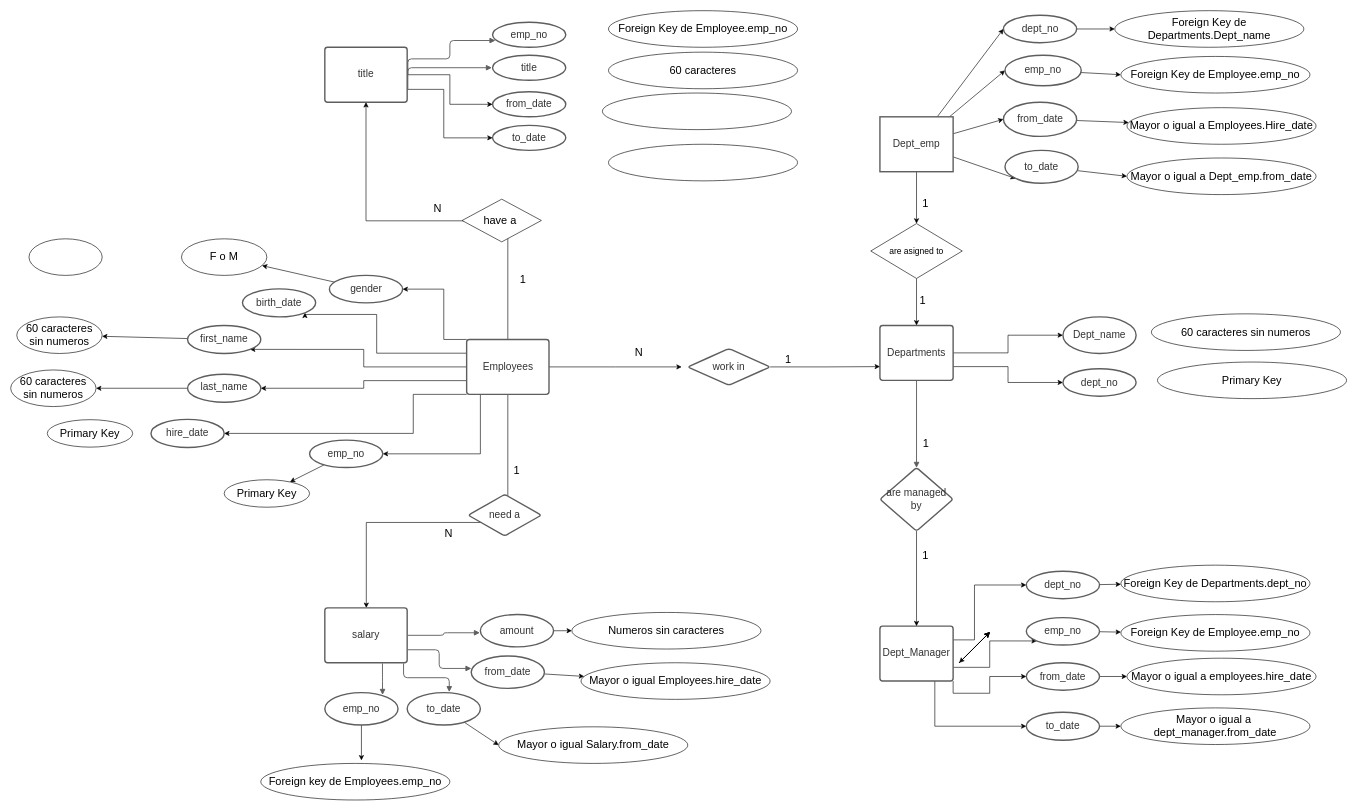
nalrob/Base-de-datos-relacionales keeps this draw.io diagram as TAREA 2.drawio. Above is the earlier version. Source tidied: cells renumbered, new cells numbered last; positions are measured from the earlier drawing's top-left corner, leaving out a move shared by most shapes. Both pictures are drawn from the tidied source at 61%, with x=0, y=0 at pixel (10, 10).
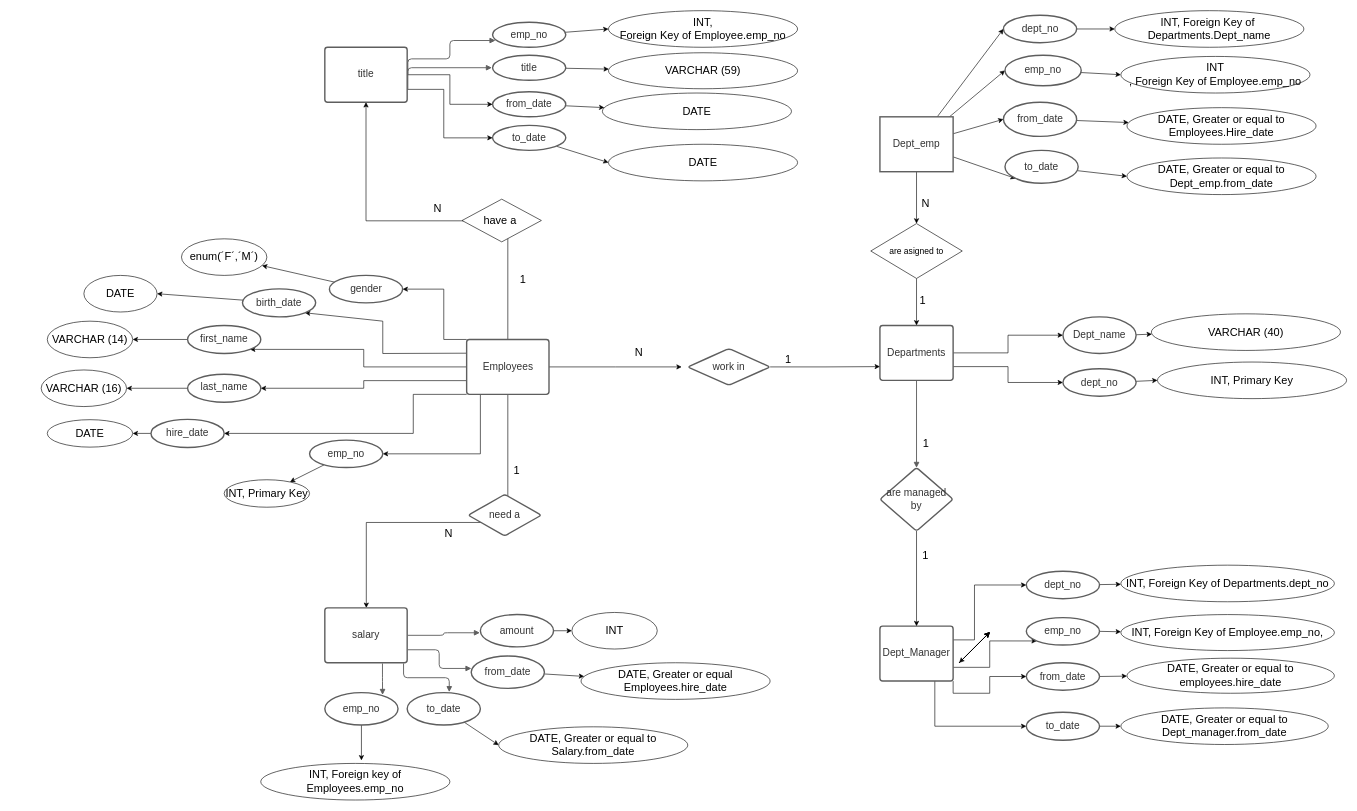
The same diagram, later.

Unchanged cells that the change refers to:
```xml
<mxCell id="11" value="Employees" style="html=1;overflow=block;blockSpacing=1;whiteSpace=wrap;fontSize=16.7;fontColor=#333333;align=center;spacing=3.8;strokeColor=#5e5e5e;strokeOpacity=100;rounded=1;absoluteArcSize=1;arcSize=9;strokeWidth=2.3;" parent="1" vertex="1">
  <mxGeometry x="747.5" y="539" width="135" height="90" as="geometry" />
</mxCell>
<mxCell id="22" value="dept_no" style="html=1;overflow=block;blockSpacing=1;whiteSpace=wrap;ellipse;fontSize=16.7;fontColor=#333333;align=center;spacing=3.8;strokeColor=#5e5e5e;strokeOpacity=100;rounded=1;absoluteArcSize=1;arcSize=9;strokeWidth=2.3;" parent="1" vertex="1">
  <mxGeometry x="1725" y="587" width="120" height="45" as="geometry" />
</mxCell>
<mxCell id="23" value="Dept_name" style="html=1;overflow=block;blockSpacing=1;whiteSpace=wrap;ellipse;fontSize=16.7;fontColor=#333333;align=center;spacing=3.8;strokeColor=#5e5e5e;strokeOpacity=100;rounded=1;absoluteArcSize=1;arcSize=9;strokeWidth=2.3;" parent="1" vertex="1">
  <mxGeometry x="1725" y="502" width="120" height="60" as="geometry" />
</mxCell>
<mxCell id="26" value="birth_date" style="html=1;overflow=block;blockSpacing=1;whiteSpace=wrap;ellipse;fontSize=16.7;fontColor=#333333;align=center;spacing=3.8;strokeColor=#5e5e5e;strokeOpacity=100;rounded=1;absoluteArcSize=1;arcSize=9;strokeWidth=2.3;" parent="1" vertex="1">
  <mxGeometry x="380" y="456" width="120" height="46" as="geometry" />
</mxCell>
<mxCell id="31" value="hire_date" style="html=1;overflow=block;blockSpacing=1;whiteSpace=wrap;ellipse;fontSize=16.7;fontColor=#333333;align=center;spacing=3.8;strokeColor=#5e5e5e;strokeOpacity=100;rounded=1;absoluteArcSize=1;arcSize=9;strokeWidth=2.3;" parent="1" vertex="1">
  <mxGeometry x="230" y="670" width="120" height="46" as="geometry" />
</mxCell>
<mxCell id="75" value="emp_no" style="html=1;overflow=block;blockSpacing=1;whiteSpace=wrap;ellipse;fontSize=16.7;fontColor=#333333;align=center;spacing=3.8;strokeColor=#5e5e5e;strokeOpacity=100;rounded=1;absoluteArcSize=1;arcSize=9;strokeWidth=2.3;" parent="1" vertex="1">
  <mxGeometry x="790" y="19" width="120" height="41" as="geometry" />
</mxCell>
<mxCell id="76" value="title" style="html=1;overflow=block;blockSpacing=1;whiteSpace=wrap;ellipse;fontSize=16.7;fontColor=#333333;align=center;spacing=3.8;strokeColor=#5e5e5e;strokeOpacity=100;rounded=1;absoluteArcSize=1;arcSize=9;strokeWidth=2.3;" parent="1" vertex="1">
  <mxGeometry x="790" y="73" width="120" height="41" as="geometry" />
</mxCell>
<mxCell id="78" value="from_date" style="html=1;overflow=block;blockSpacing=1;whiteSpace=wrap;ellipse;fontSize=16.7;fontColor=#333333;align=center;spacing=3.8;strokeColor=#5e5e5e;strokeOpacity=100;rounded=1;absoluteArcSize=1;arcSize=9;strokeWidth=2.3;" parent="1" vertex="1">
  <mxGeometry x="790" y="133" width="120" height="41" as="geometry" />
</mxCell>
<mxCell id="79" value="to_date" style="html=1;overflow=block;blockSpacing=1;whiteSpace=wrap;ellipse;fontSize=16.7;fontColor=#333333;align=center;spacing=3.8;strokeColor=#5e5e5e;strokeOpacity=100;rounded=1;absoluteArcSize=1;arcSize=9;strokeWidth=2.3;" parent="1" vertex="1">
  <mxGeometry x="790" y="188" width="120" height="41" as="geometry" />
</mxCell>
```

Diff of the diagram source:
```diff
@@
-    <mxCell id="8" style="edgeStyle=orthogonalEdgeStyle;rounded=0;jettySize=auto;html=1;exitX=0;exitY=0.25;exitDx=0;exitDy=0;entryX=1;entryY=1;entryDx=0;entryDy=0;" parent="1" edge="1" source="11" target="26">
-      <mxGeometry relative="1" as="geometry">
-        <Array as="points">
-          <mxPoint x="600" y="561" />
-          <mxPoint x="600" y="498" />
-          <mxPoint x="483" y="498" />
-        </Array>
-      </mxGeometry>
-    </mxCell>
@@
+    <mxCell id="8" style="edgeStyle=none;rounded=0;jettySize=auto;html=1;entryX=1;entryY=1;entryDx=0;entryDy=0;fontSize=18;exitX=0;exitY=0.25;exitDx=0;exitDy=0;" parent="1" edge="1" source="11" target="26">
+      <mxGeometry relative="1" as="geometry">
+        <Array as="points">
+          <mxPoint x="610" y="562" />
+          <mxPoint x="610" y="509" />
+        </Array>
+      </mxGeometry>
+    </mxCell>
@@
+    <mxCell id="126" style="edgeStyle=none;rounded=0;jettySize=auto;html=1;entryX=0;entryY=0.5;entryDx=0;entryDy=0;fontSize=18;" parent="1" edge="1" source="22" target="121">
+      <mxGeometry relative="1" as="geometry" />
+    </mxCell>
@@
+    <mxCell id="127" style="edgeStyle=none;rounded=0;jettySize=auto;html=1;fontSize=18;" parent="1" edge="1" source="23" target="122">
+      <mxGeometry relative="1" as="geometry" />
+    </mxCell>
@@
+    <mxCell id="128" style="edgeStyle=none;rounded=0;jettySize=auto;html=1;entryX=1;entryY=0.5;entryDx=0;entryDy=0;fontSize=18;" parent="1" edge="1" source="26" target="124">
+      <mxGeometry relative="1" as="geometry" />
+    </mxCell>
@@
+    <mxCell id="129" style="edgeStyle=none;rounded=0;jettySize=auto;html=1;entryX=1;entryY=0.5;entryDx=0;entryDy=0;fontSize=18;" parent="1" edge="1" source="31" target="100">
+      <mxGeometry relative="1" as="geometry" />
+    </mxCell>
@@
+    <mxCell id="130" style="edgeStyle=none;rounded=0;jettySize=auto;html=1;fontSize=18;entryX=0;entryY=0.5;entryDx=0;entryDy=0;" parent="1" edge="1" source="75" target="110">
+      <mxGeometry relative="1" as="geometry" />
+    </mxCell>
@@
+    <mxCell id="131" style="edgeStyle=none;rounded=0;jettySize=auto;html=1;fontSize=18;" parent="1" edge="1" source="76" target="123">
+      <mxGeometry relative="1" as="geometry" />
+    </mxCell>
@@
+    <mxCell id="132" style="edgeStyle=none;rounded=0;jettySize=auto;html=1;fontSize=18;" parent="1" edge="1" source="78" target="114">
+      <mxGeometry relative="1" as="geometry" />
+    </mxCell>
@@
+    <mxCell id="133" style="edgeStyle=none;rounded=0;jettySize=auto;html=1;entryX=0;entryY=0.5;entryDx=0;entryDy=0;fontSize=18;" parent="1" edge="1" source="79" target="125">
+      <mxGeometry relative="1" as="geometry" />
+    </mxCell>
@@
-    <mxCell id="89" value="&lt;span style=&quot;font-size: 18px;&quot;&gt;1&lt;/span&gt;" style="text;html=1;strokeColor=none;fillColor=none;align=center;verticalAlign=middle;whiteSpace=wrap;rounded=0;" parent="1" vertex="1">
+    <mxCell id="89" value="&lt;span style=&quot;font-size: 18px;&quot;&gt;N&lt;/span&gt;" style="text;html=1;strokeColor=none;fillColor=none;align=center;verticalAlign=middle;whiteSpace=wrap;rounded=0;" parent="1" vertex="1">
       <mxGeometry x="1470" y="301.5" width="60" height="30" as="geometry" />
     </mxCell>
@@
-    <mxCell id="97" value="60 caracteres&lt;br&gt;sin numeros" style="ellipse;whiteSpace=wrap;html=1;fontSize=18;" parent="1" vertex="1">
-      <mxGeometry y="589" width="140" height="60" as="geometry" />
+    <mxCell id="97" value="VARCHAR (16)" style="ellipse;whiteSpace=wrap;html=1;fontSize=18;" parent="1" vertex="1">
+      <mxGeometry x="50" y="589" width="140" height="60" as="geometry" />
     </mxCell>
-    <mxCell id="98" value="60 caracteres&lt;br&gt;sin numeros" style="ellipse;whiteSpace=wrap;html=1;fontSize=18;" parent="1" vertex="1">
-      <mxGeometry x="10" y="502" width="140" height="60" as="geometry" />
+    <mxCell id="98" value="VARCHAR (14)" style="ellipse;whiteSpace=wrap;html=1;fontSize=18;" parent="1" vertex="1">
+      <mxGeometry x="60" y="509" width="140" height="60" as="geometry" />
     </mxCell>
-    <mxCell id="99" value="Primary Key" style="ellipse;whiteSpace=wrap;html=1;fontSize=18;" parent="1" vertex="1">
+    <mxCell id="99" value="INT, Primary Key" style="ellipse;whiteSpace=wrap;html=1;fontSize=18;" parent="1" vertex="1">
       <mxGeometry x="350" y="769" width="140" height="45" as="geometry" />
     </mxCell>
-    <mxCell id="100" value="Primary Key" style="ellipse;whiteSpace=wrap;html=1;fontSize=18;" parent="1" vertex="1">
+    <mxCell id="100" value="DATE" style="ellipse;whiteSpace=wrap;html=1;fontSize=18;" parent="1" vertex="1">
       <mxGeometry x="60" y="670.5" width="140" height="45" as="geometry" />
     </mxCell>
-    <mxCell id="101" value="Foreign Key de Departments.dept_no" style="ellipse;whiteSpace=wrap;html=1;fontSize=18;" parent="1" vertex="1">
-      <mxGeometry x="1820" y="909" width="310" height="60" as="geometry" />
+    <mxCell id="101" value="INT, Foreign Key of Departments.dept_no" style="ellipse;whiteSpace=wrap;html=1;fontSize=18;" parent="1" vertex="1">
+      <mxGeometry x="1820" y="909" width="350" height="60" as="geometry" />
     </mxCell>
-    <mxCell id="102" value="Foreign Key de Employee.emp_no" style="ellipse;whiteSpace=wrap;html=1;fontSize=18;" parent="1" vertex="1">
-      <mxGeometry x="1820" y="990" width="310" height="60" as="geometry" />
+    <mxCell id="102" value="INT, Foreign Key of Employee.emp_no," style="ellipse;whiteSpace=wrap;html=1;fontSize=18;" parent="1" vertex="1">
+      <mxGeometry x="1820" y="990" width="350" height="59" as="geometry" />
     </mxCell>
-    <mxCell id="103" value="Mayor o igual a employees.hire_date" style="ellipse;whiteSpace=wrap;html=1;fontSize=18;" parent="1" vertex="1">
-      <mxGeometry x="1830" y="1061.5" width="310" height="60" as="geometry" />
+    <mxCell id="103" value="DATE, Greater or equal to employees.hire_date" style="ellipse;whiteSpace=wrap;html=1;fontSize=18;" parent="1" vertex="1">
+      <mxGeometry x="1830" y="1061.5" width="340" height="57.5" as="geometry" />
     </mxCell>
-    <mxCell id="104" value="Mayor o igual a&amp;nbsp; dept_manager.from_date" style="ellipse;whiteSpace=wrap;html=1;fontSize=18;" parent="1" vertex="1">
-      <mxGeometry x="1820" y="1143" width="310" height="60" as="geometry" />
+    <mxCell id="104" value="DATE, Greater or equal to Dept_manager.from_date" style="ellipse;whiteSpace=wrap;html=1;fontSize=18;" parent="1" vertex="1">
+      <mxGeometry x="1820" y="1143" width="340" height="60" as="geometry" />
     </mxCell>
-    <mxCell id="105" value="Foreign key de Employees.emp_no" style="ellipse;whiteSpace=wrap;html=1;fontSize=18;" parent="1" vertex="1">
+    <mxCell id="105" value="INT, Foreign key of Employees.emp_no" style="ellipse;whiteSpace=wrap;html=1;fontSize=18;" parent="1" vertex="1">
       <mxGeometry x="410" y="1234" width="310" height="60" as="geometry" />
     </mxCell>
-    <mxCell id="106" value="Numeros sin caracteres" style="ellipse;whiteSpace=wrap;html=1;fontSize=18;" parent="1" vertex="1">
-      <mxGeometry x="920" y="986.5" width="310" height="60" as="geometry" />
+    <mxCell id="106" value="INT" style="ellipse;whiteSpace=wrap;html=1;fontSize=18;" parent="1" vertex="1">
+      <mxGeometry x="920" y="986.5" width="140" height="60" as="geometry" />
     </mxCell>
-    <mxCell id="107" value="Mayor o igual Employees.hire_date" style="ellipse;whiteSpace=wrap;html=1;fontSize=18;" parent="1" vertex="1">
+    <mxCell id="107" value="DATE, Greater or equal Employees.hire_date" style="ellipse;whiteSpace=wrap;html=1;fontSize=18;" parent="1" vertex="1">
       <mxGeometry x="935" y="1069" width="310" height="60" as="geometry" />
     </mxCell>
-    <mxCell id="108" value="Mayor o igual Salary.from_date" style="ellipse;whiteSpace=wrap;html=1;fontSize=18;" parent="1" vertex="1">
+    <mxCell id="108" value="DATE, Greater or equal to Salary.from_date" style="ellipse;whiteSpace=wrap;html=1;fontSize=18;" parent="1" vertex="1">
       <mxGeometry x="800" y="1174" width="310" height="60" as="geometry" />
     </mxCell>
@@
-    <mxCell id="110" value="Foreign Key de Employee.emp_no" style="ellipse;whiteSpace=wrap;html=1;fontSize=18;" parent="1" vertex="1">
+    <mxCell id="110" value="INT, &lt;br&gt;Foreign Key of Employee.emp_no" style="ellipse;whiteSpace=wrap;html=1;fontSize=18;" parent="1" vertex="1">
       <mxGeometry x="980" width="310" height="60" as="geometry" />
     </mxCell>
-    <mxCell id="111" value="Foreign Key de Employee.emp_no" style="ellipse;whiteSpace=wrap;html=1;fontSize=18;" parent="1" vertex="1">
+    <mxCell id="111" value="INT&lt;br&gt;, Foreign Key of Employee.emp_no" style="ellipse;whiteSpace=wrap;html=1;fontSize=18;" parent="1" vertex="1">
       <mxGeometry x="1820" y="75" width="310" height="60" as="geometry" />
     </mxCell>
-    <mxCell id="112" value="Foreign Key de Departments.Dept_name" style="ellipse;whiteSpace=wrap;html=1;fontSize=18;" parent="1" vertex="1">
+    <mxCell id="112" value="INT, Foreign Key of&amp;nbsp; Departments.Dept_name" style="ellipse;whiteSpace=wrap;html=1;fontSize=18;" parent="1" vertex="1">
       <mxGeometry x="1810" width="310" height="60" as="geometry" />
     </mxCell>
-    <mxCell id="113" value="Mayor o igual a Dept_emp.from_date" style="ellipse;whiteSpace=wrap;html=1;fontSize=18;" parent="1" vertex="1">
+    <mxCell id="113" value="DATE, Greater or equal to Dept_emp.from_date" style="ellipse;whiteSpace=wrap;html=1;fontSize=18;" parent="1" vertex="1">
       <mxGeometry x="1830" y="241.5" width="310" height="60" as="geometry" />
     </mxCell>
-    <mxCell id="114" style="ellipse;whiteSpace=wrap;html=1;fontSize=18;" parent="1" vertex="1">
+    <mxCell id="114" value="DATE" style="ellipse;whiteSpace=wrap;html=1;fontSize=18;" parent="1" vertex="1">
       <mxGeometry x="970" y="135" width="310" height="60" as="geometry" />
     </mxCell>
@@
-    <mxCell id="119" value="F o M" style="ellipse;whiteSpace=wrap;html=1;fontSize=18;" parent="1" vertex="1">
+    <mxCell id="119" value="enum(´F´,´M´)" style="ellipse;whiteSpace=wrap;html=1;fontSize=18;" parent="1" vertex="1">
       <mxGeometry x="280" y="374" width="140" height="60" as="geometry" />
     </mxCell>
-    <mxCell id="120" value="Mayor o igual a Employees.Hire_date" style="ellipse;whiteSpace=wrap;html=1;fontSize=18;" parent="1" vertex="1">
+    <mxCell id="120" value="DATE, Greater or equal to Employees.Hire_date" style="ellipse;whiteSpace=wrap;html=1;fontSize=18;" parent="1" vertex="1">
       <mxGeometry x="1830" y="159" width="310" height="60" as="geometry" />
     </mxCell>
-    <mxCell id="121" value="Primary Key" style="ellipse;whiteSpace=wrap;html=1;fontSize=18;" parent="1" vertex="1">
+    <mxCell id="121" value="INT, Primary Key" style="ellipse;whiteSpace=wrap;html=1;fontSize=18;" parent="1" vertex="1">
       <mxGeometry x="1880" y="576" width="310" height="60" as="geometry" />
     </mxCell>
-    <mxCell id="122" value="60 caracteres sin numeros" style="ellipse;whiteSpace=wrap;html=1;fontSize=18;" parent="1" vertex="1">
+    <mxCell id="122" value="VARCHAR (40)" style="ellipse;whiteSpace=wrap;html=1;fontSize=18;" parent="1" vertex="1">
       <mxGeometry x="1870" y="497" width="310" height="60" as="geometry" />
     </mxCell>
-    <mxCell id="123" value="60 caracteres" style="ellipse;whiteSpace=wrap;html=1;fontSize=18;" parent="1" vertex="1">
-      <mxGeometry x="980" y="68" width="310" height="60" as="geometry" />
+    <mxCell id="123" value="VARCHAR (59)" style="ellipse;whiteSpace=wrap;html=1;fontSize=18;" parent="1" vertex="1">
+      <mxGeometry x="980" y="69" width="310" height="59" as="geometry" />
     </mxCell>
-    <mxCell id="124" style="ellipse;whiteSpace=wrap;html=1;fontSize=18;" parent="1" vertex="1">
-      <mxGeometry x="30" y="374" width="120" height="60" as="geometry" />
+    <mxCell id="124" value="DATE" style="ellipse;whiteSpace=wrap;html=1;fontSize=18;" parent="1" vertex="1">
+      <mxGeometry x="120" y="434" width="120" height="60" as="geometry" />
     </mxCell>
-    <mxCell id="125" style="ellipse;whiteSpace=wrap;html=1;fontSize=18;" parent="1" vertex="1">
+    <mxCell id="125" value="DATE" style="ellipse;whiteSpace=wrap;html=1;fontSize=18;" parent="1" vertex="1">
       <mxGeometry x="980" y="219" width="310" height="60" as="geometry" />
     </mxCell>
```
